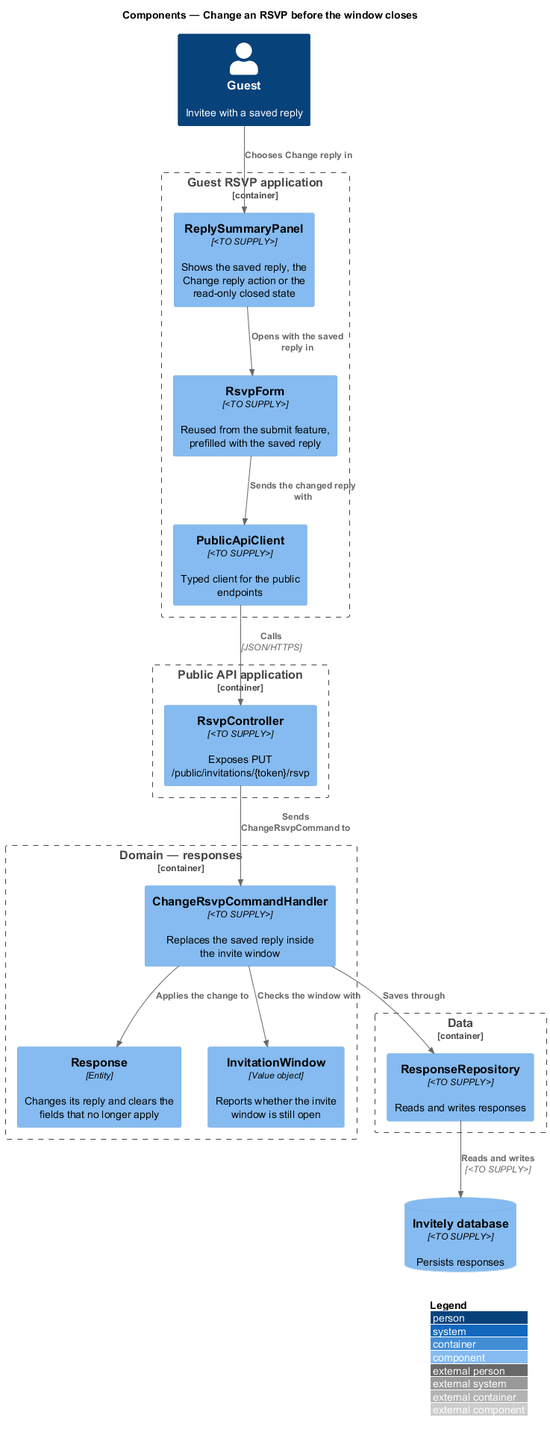
Earlier version of the PlantUML export docs/detailed-designs/rsvp/change-rsvp/diagrams/c4-component.png (QuinntyneBrown/rsvp-cms). Source of this version:
```plantuml
@startuml
!include <C4/C4_Component>
LAYOUT_WITH_LEGEND()
title Components — Change an RSVP before the window closes

Person(guest, "Guest", "Invitee with a saved reply")
Container_Boundary(rsvp, "Guest RSVP application") {
  Component(summary, "ReplySummaryPanel", "<TO SUPPLY>", "Shows the saved reply, the Change reply action or the read-only closed state")
  Component(form, "RsvpForm", "<TO SUPPLY>", "Reused from the submit feature, prefilled with the saved reply")
  Component(client, "PublicApiClient", "<TO SUPPLY>", "Typed client for the public endpoints")
}
Container_Boundary(publicApi, "Public API application") {
  Component(ctrl, "RsvpController", "<TO SUPPLY>", "Exposes PUT /public/invitations/{token}/rsvp")
}
Container_Boundary(domain, "Domain — responses") {
  Component(handler, "ChangeRsvpCommandHandler", "<TO SUPPLY>", "Replaces the saved reply inside the invite window")
  Component(response, "Response", "Entity", "Changes its reply and clears the fields that no longer apply")
  Component(window, "InvitationWindow", "Value object", "Reports whether the invite window is still open")
}
Container_Boundary(data, "Data") {
  Component(repo, "ResponseRepository", "<TO SUPPLY>", "Reads and writes responses")
}
ComponentDb(db, "Invitely database", "<TO SUPPLY>", "Persists responses")
Rel(guest, summary, "Chooses Change reply in")
Rel(summary, form, "Opens with the saved reply in")
Rel(form, client, "Sends the changed reply with")
Rel(client, ctrl, "Calls", "JSON/HTTPS")
Rel(ctrl, handler, "Sends ChangeRsvpCommand to")
Rel(handler, window, "Checks the window with")
Rel(handler, response, "Applies the change to")
Rel(handler, repo, "Saves through")
Rel(repo, db, "Reads and writes", "<TO SUPPLY>")
@enduml
```
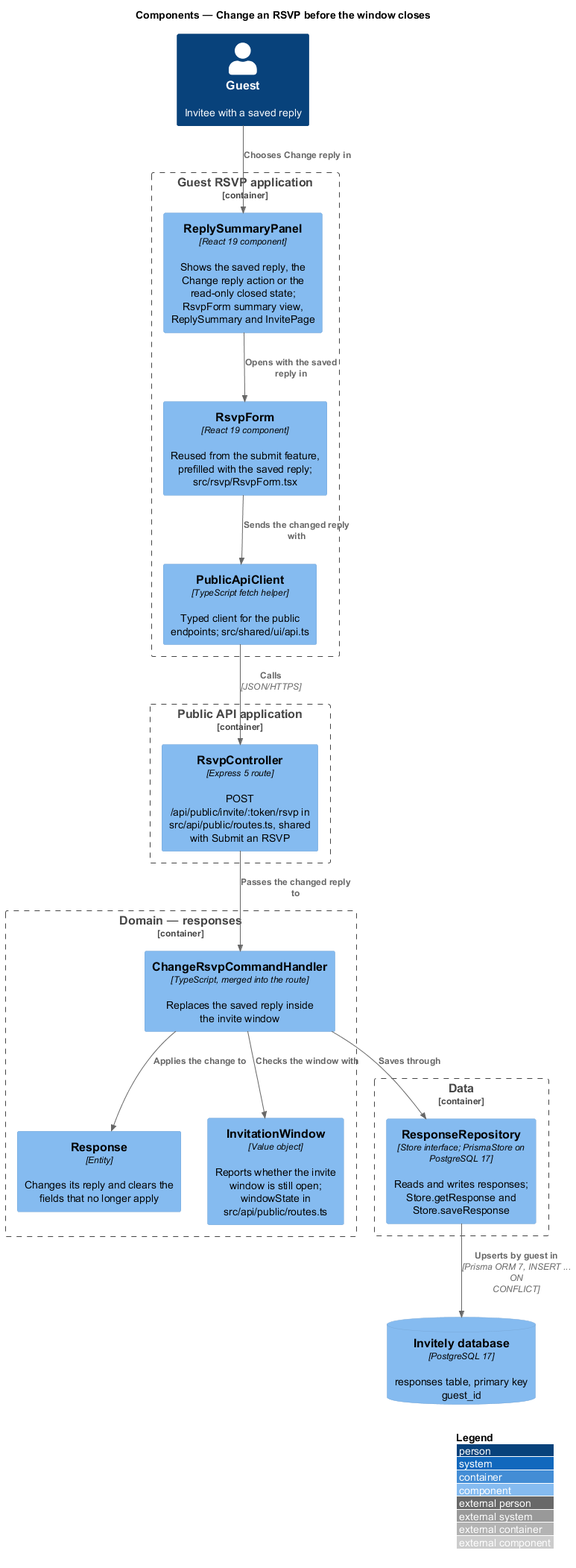
Above is the later version.

Diff of the diagram source:
```diff
@@ -5,29 +5,29 @@
 
 Person(guest, "Guest", "Invitee with a saved reply")
 Container_Boundary(rsvp, "Guest RSVP application") {
-  Component(summary, "ReplySummaryPanel", "<TO SUPPLY>", "Shows the saved reply, the Change reply action or the read-only closed state")
-  Component(form, "RsvpForm", "<TO SUPPLY>", "Reused from the submit feature, prefilled with the saved reply")
-  Component(client, "PublicApiClient", "<TO SUPPLY>", "Typed client for the public endpoints")
+  Component(summary, "ReplySummaryPanel", "React 19 component", "Shows the saved reply, the Change reply action or the read-only closed state; RsvpForm summary view, ReplySummary and InvitePage")
+  Component(form, "RsvpForm", "React 19 component", "Reused from the submit feature, prefilled with the saved reply; src/rsvp/RsvpForm.tsx")
+  Component(client, "PublicApiClient", "TypeScript fetch helper", "Typed client for the public endpoints; src/shared/ui/api.ts")
 }
 Container_Boundary(publicApi, "Public API application") {
-  Component(ctrl, "RsvpController", "<TO SUPPLY>", "Exposes PUT /public/invitations/{token}/rsvp")
+  Component(ctrl, "RsvpController", "Express 5 route", "POST /api/public/invite/:token/rsvp in src/api/public/routes.ts, shared with Submit an RSVP")
 }
 Container_Boundary(domain, "Domain — responses") {
-  Component(handler, "ChangeRsvpCommandHandler", "<TO SUPPLY>", "Replaces the saved reply inside the invite window")
+  Component(handler, "ChangeRsvpCommandHandler", "TypeScript, merged into the route", "Replaces the saved reply inside the invite window")
   Component(response, "Response", "Entity", "Changes its reply and clears the fields that no longer apply")
-  Component(window, "InvitationWindow", "Value object", "Reports whether the invite window is still open")
+  Component(window, "InvitationWindow", "Value object", "Reports whether the invite window is still open; windowState in src/api/public/routes.ts")
 }
 Container_Boundary(data, "Data") {
-  Component(repo, "ResponseRepository", "<TO SUPPLY>", "Reads and writes responses")
+  Component(repo, "ResponseRepository", "Store interface; PrismaStore on PostgreSQL 17", "Reads and writes responses; Store.getResponse and Store.saveResponse")
 }
-ComponentDb(db, "Invitely database", "<TO SUPPLY>", "Persists responses")
+ComponentDb(db, "Invitely database", "PostgreSQL 17", "responses table, primary key guest_id")
 Rel(guest, summary, "Chooses Change reply in")
 Rel(summary, form, "Opens with the saved reply in")
 Rel(form, client, "Sends the changed reply with")
 Rel(client, ctrl, "Calls", "JSON/HTTPS")
-Rel(ctrl, handler, "Sends ChangeRsvpCommand to")
+Rel(ctrl, handler, "Passes the changed reply to")
 Rel(handler, window, "Checks the window with")
 Rel(handler, response, "Applies the change to")
 Rel(handler, repo, "Saves through")
-Rel(repo, db, "Reads and writes", "<TO SUPPLY>")
+Rel(repo, db, "Upserts by guest in", "Prisma ORM 7, INSERT ... ON CONFLICT")
 @enduml
```
